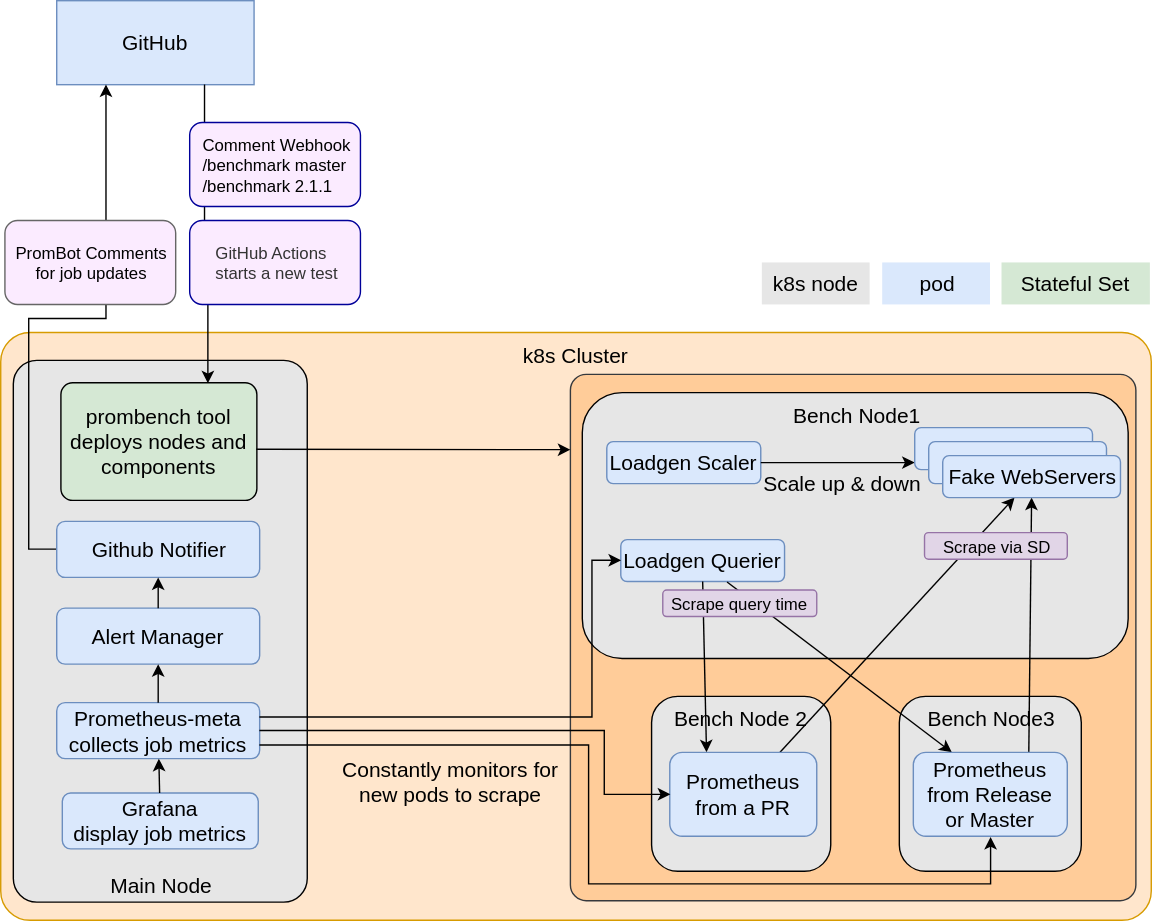
prometheus/test-infra keeps this draw.io diagram as design.svg. Above is the earlier version. Source tidied: cells renumbered, new cells last; positions are measured from the earlier drawing's top-left corner, leaving out a move shared by most shapes.
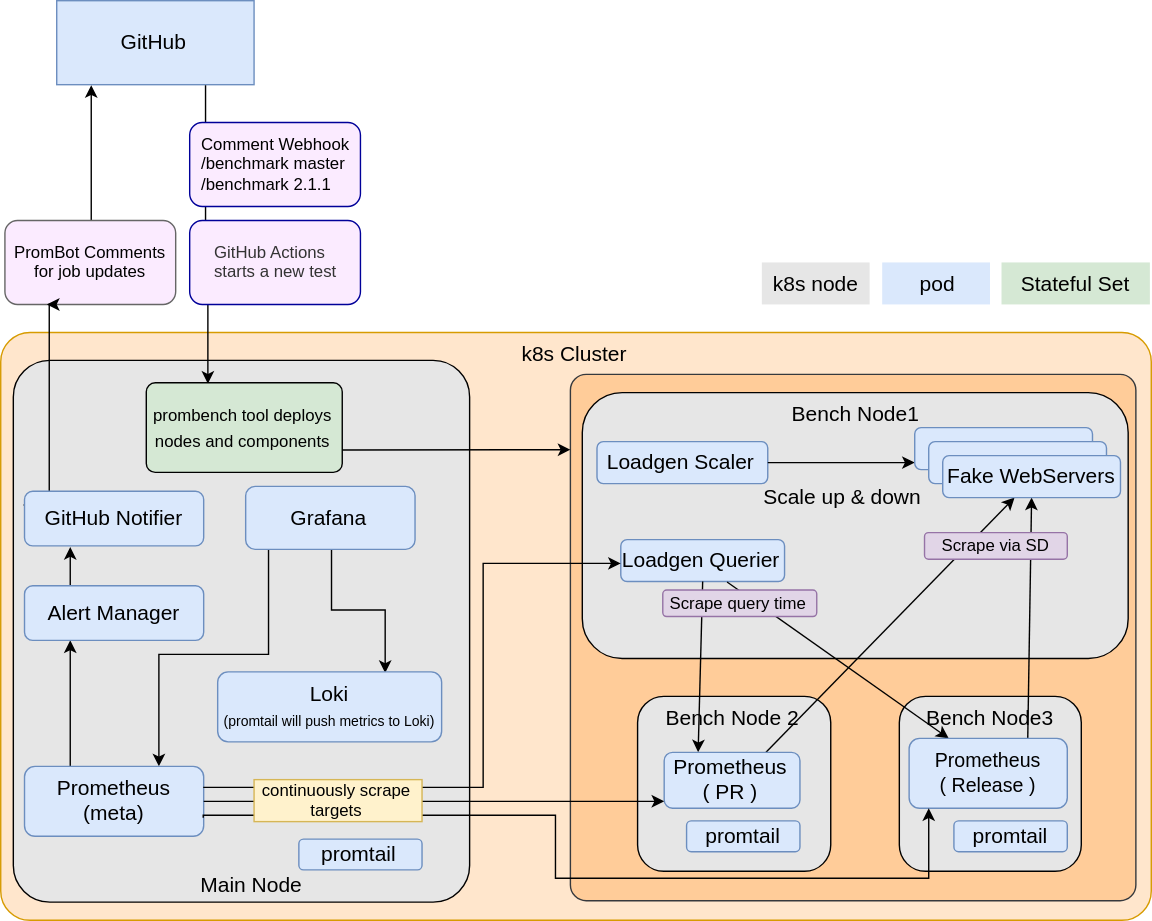
The same file after the commit.

Commit message:
[RDY] Adding Loki (#241)

What changed in the source:
```diff
@@ -11,33 +11,43 @@
     <mxCell id="4" value="GitHub" style="rounded=0;whiteSpace=wrap;html=1;fontSize=15;fontColor=#000000;fillColor=#dae8fc;strokeColor=#6c8ebf;" parent="1" vertex="1">
       <mxGeometry x="40" width="141" height="60" as="geometry" />
     </mxCell>
-    <mxCell id="5" value="Main Node" style="rounded=1;whiteSpace=wrap;html=1;labelBackgroundColor=none;fillColor=#E6E6E6;strokeColor=#000000;verticalAlign=bottom;fontSize=15;fontColor=#000000;arcSize=8;" parent="1" vertex="1">
-      <mxGeometry x="9" y="257" width="210" height="387" as="geometry" />
+    <mxCell id="5" value="&amp;nbsp; &amp;nbsp; Main Node" style="rounded=1;whiteSpace=wrap;html=1;labelBackgroundColor=none;fillColor=#E6E6E6;strokeColor=#000000;verticalAlign=bottom;fontSize=15;fontColor=#000000;arcSize=8;align=center;" parent="1" vertex="1">
+      <mxGeometry x="9" y="257" width="326" height="387" as="geometry" />
     </mxCell>
+    <mxCell id="18" style="edgeStyle=orthogonalEdgeStyle;rounded=0;jumpStyle=none;jettySize=auto;html=1;exitX=0.25;exitY=0;exitDx=0;exitDy=0;entryX=0.25;entryY=1;entryDx=0;entryDy=0;startArrow=none;startFill=0;endArrow=classic;endFill=1;" parent="1" edge="1" source="6" target="16">
+      <mxGeometry relative="1" as="geometry" />
+    </mxCell>
+    <mxCell id="46" style="edgeStyle=orthogonalEdgeStyle;rounded=0;jumpStyle=none;jettySize=auto;html=1;exitX=0.75;exitY=0;exitDx=0;exitDy=0;entryX=0.25;entryY=1;entryDx=0;entryDy=0;startArrow=classic;startFill=1;endArrow=none;endFill=0;" parent="1" edge="1" source="6" target="7">
+      <mxGeometry relative="1" as="geometry">
+        <Array as="points">
+          <mxPoint x="113" y="467" />
+          <mxPoint x="192" y="467" />
+        </Array>
+      </mxGeometry>
+    </mxCell>
-    <mxCell id="6" value="Prometheus-meta&lt;br&gt;collects job metrics&lt;br&gt;" style="rounded=1;whiteSpace=wrap;html=1;fontSize=15;fontColor=#000000;fillColor=#dae8fc;strokeColor=#6c8ebf;" parent="1" vertex="1">
-      <mxGeometry x="40" y="501.5" width="145" height="40" as="geometry" />
+    <mxCell id="6" value="Prometheus&lt;br&gt;(meta)" style="rounded=1;whiteSpace=wrap;html=1;fontSize=15;fontColor=#000000;fillColor=#dae8fc;strokeColor=#6c8ebf;align=center;" parent="1" vertex="1">
+      <mxGeometry x="17" y="547" width="128" height="50" as="geometry" />
     </mxCell>
+    <mxCell id="47" style="edgeStyle=orthogonalEdgeStyle;rounded=0;jumpStyle=none;jettySize=auto;html=1;exitX=0.5;exitY=1;exitDx=0;exitDy=0;entryX=0.75;entryY=0;entryDx=0;entryDy=0;startArrow=none;startFill=0;endArrow=classic;endFill=1;" parent="1" edge="1" source="7" target="50">
+      <mxGeometry relative="1" as="geometry" />
+    </mxCell>
-    <mxCell id="7" value="Grafana&lt;br&gt;display job metrics&lt;br&gt;" style="rounded=1;whiteSpace=wrap;html=1;fontSize=15;fontColor=#000000;fillColor=#dae8fc;strokeColor=#6c8ebf;" parent="1" vertex="1">
-      <mxGeometry x="44" y="566" width="140" height="40" as="geometry" />
+    <mxCell id="7" value="Grafana" style="rounded=1;whiteSpace=wrap;html=1;fontSize=15;fontColor=#000000;fillColor=#dae8fc;strokeColor=#6c8ebf;" parent="1" vertex="1">
+      <mxGeometry x="175" y="347" width="121" height="45" as="geometry" />
     </mxCell>
-    <mxCell id="8" style="endArrow=classic;html=1;labelBackgroundColor=#ffffff;fontSize=12;fontColor=#000000;" parent="1" edge="1" source="7" target="6">
-      <mxGeometry relative="1" as="geometry" />
-    </mxCell>
-    <mxCell id="9" style="edgeStyle=orthogonalEdgeStyle;rounded=0;html=1;exitX=0;exitY=0.5;entryX=0.25;entryY=1;jettySize=auto;fontSize=15;" parent="1" edge="1" source="17" target="4">
-      <mxGeometry relative="1" as="geometry">
-        <Array as="points">
-          <mxPoint x="20" y="392" />
-          <mxPoint x="20" y="227" />
-          <mxPoint x="75" y="227" />
-        </Array>
-      </mxGeometry>
-    </mxCell>
-    <mxCell id="10" style="edgeStyle=orthogonalEdgeStyle;rounded=0;html=1;exitX=0.75;exitY=1;entryX=0.75;entryY=0;jettySize=auto;fontSize=15;entryDx=0;entryDy=0;" parent="1" edge="1" source="4" target="20">
-      <mxGeometry relative="1" as="geometry" />
+    <mxCell id="10" style="edgeStyle=orthogonalEdgeStyle;rounded=0;html=1;exitX=0.75;exitY=1;entryX=0.314;entryY=0.016;jettySize=auto;fontSize=15;entryDx=0;entryDy=0;entryPerimeter=0;" parent="1" edge="1" source="4" target="20">
+      <mxGeometry relative="1" as="geometry">
+        <Array as="points">
+          <mxPoint x="146" y="167" />
+          <mxPoint x="148" y="167" />
+        </Array>
+      </mxGeometry>
     </mxCell>
     <mxCell id="11" value="&lt;div style=&quot;text-align: left&quot;&gt;&lt;span&gt;Comment Webhook&lt;/span&gt;&lt;/div&gt;&lt;div style=&quot;text-align: left&quot;&gt;&lt;span&gt;/benchmark master&lt;/span&gt;&lt;/div&gt;&lt;span&gt;&lt;div style=&quot;text-align: left&quot;&gt;&lt;span&gt;/benchmark&amp;nbsp;&lt;/span&gt;&lt;span&gt;2.1.1&lt;/span&gt;&lt;/div&gt;&lt;/span&gt;" style="rounded=1;whiteSpace=wrap;html=1;labelBackgroundColor=none;fillColor=#FBEBFF;strokeColor=#000099;spacingTop=0;spacingLeft=1;" parent="1" vertex="1">
       <mxGeometry x="135" y="87" width="122" height="60" as="geometry" />
     </mxCell>
+    <mxCell id="48" style="edgeStyle=orthogonalEdgeStyle;rounded=0;jumpStyle=none;jettySize=auto;html=1;exitX=0.5;exitY=0;exitDx=0;exitDy=0;entryX=0.17;entryY=1.017;entryDx=0;entryDy=0;entryPerimeter=0;startArrow=none;startFill=0;endArrow=classic;endFill=1;" parent="1" edge="1" source="12" target="4">
+      <mxGeometry relative="1" as="geometry" />
+    </mxCell>
     <mxCell id="12" value="PromBot Comments&lt;br&gt;for job updates" style="rounded=1;whiteSpace=wrap;html=1;labelBackgroundColor=none;fillColor=#FBEBFF;strokeColor=#666666;" parent="1" vertex="1">
       <mxGeometry x="3" y="157" width="122" height="60" as="geometry" />
     </mxCell>
@@ -50,32 +60,26 @@
     <mxCell id="15" value="Stateful Set" style="rounded=0;whiteSpace=wrap;html=1;glass=0;labelBackgroundColor=none;fillColor=#d5e8d4;fontSize=15;fontColor=#000000;strokeColor=none;" parent="1" vertex="1">
       <mxGeometry x="715" y="187" width="106" height="30" as="geometry" />
     </mxCell>
+    <mxCell id="49" style="edgeStyle=orthogonalEdgeStyle;rounded=0;jumpStyle=none;jettySize=auto;html=1;exitX=0.25;exitY=0;exitDx=0;exitDy=0;entryX=0.25;entryY=1;entryDx=0;entryDy=0;startArrow=none;startFill=0;endArrow=classic;endFill=1;" parent="1" edge="1" source="16" target="55">
+      <mxGeometry relative="1" as="geometry" />
+    </mxCell>
     <mxCell id="16" value="Alert Manager&lt;br&gt;" style="rounded=1;whiteSpace=wrap;html=1;fontSize=15;fontColor=#000000;fillColor=#dae8fc;strokeColor=#6c8ebf;" parent="1" vertex="1">
-      <mxGeometry x="40" y="434" width="145" height="40" as="geometry" />
+      <mxGeometry x="17" y="418" width="128" height="39" as="geometry" />
     </mxCell>
-    <mxCell id="17" value="Github Notifier" style="rounded=1;whiteSpace=wrap;html=1;fontSize=15;fontColor=#000000;fillColor=#dae8fc;strokeColor=#6c8ebf;" parent="1" vertex="1">
-      <mxGeometry x="40" y="372" width="145" height="40" as="geometry" />
-    </mxCell>
-    <mxCell id="18" style="endArrow=classic;html=1;labelBackgroundColor=#ffffff;fontSize=12;fontColor=#000000;entryX=0.5;entryY=1;exitX=0.5;exitY=0;" parent="1" edge="1" source="6" target="16">
-      <mxGeometry relative="1" as="geometry" />
-    </mxCell>
-    <mxCell id="19" style="endArrow=classic;html=1;labelBackgroundColor=#ffffff;fontSize=12;fontColor=#000000;entryX=0.5;entryY=1;exitX=0.5;exitY=0;" parent="1" edge="1" source="16" target="17">
-      <mxGeometry relative="1" as="geometry" />
-    </mxCell>
-    <mxCell id="20" value="&lt;div&gt;&lt;span&gt;prombench tool deploys nodes and components&lt;/span&gt;&lt;/div&gt;" style="rounded=1;whiteSpace=wrap;html=1;glass=0;labelBackgroundColor=none;fillColor=#d5e8d4;fontSize=15;fontColor=#000000;strokeColor=#000000;arcSize=10;" parent="1" vertex="1">
-      <mxGeometry x="43" y="273" width="140" height="84" as="geometry" />
+    <mxCell id="20" value="&lt;div&gt;&lt;span&gt;&lt;font style=&quot;font-size: 12px&quot;&gt;prombench tool deploys nodes and components&lt;/font&gt;&lt;/span&gt;&lt;/div&gt;" style="rounded=1;whiteSpace=wrap;html=1;glass=0;labelBackgroundColor=none;fillColor=#d5e8d4;fontSize=15;fontColor=#000000;strokeColor=#000000;arcSize=10;" parent="1" vertex="1">
+      <mxGeometry x="104" y="273" width="140" height="64" as="geometry" />
     </mxCell>
     <mxCell id="21" value="Bench Node3&lt;br&gt;&lt;br&gt;&lt;br&gt;" style="rounded=1;whiteSpace=wrap;html=1;fontSize=15;fontColor=#000000;verticalAlign=top;fillColor=#E6E6E6;" parent="1" vertex="1">
       <mxGeometry x="642" y="497" width="130" height="125" as="geometry" />
     </mxCell>
     <mxCell id="22" value="Bench Node 2&lt;br&gt;&lt;br&gt;&lt;br&gt;&lt;br&gt;" style="rounded=1;whiteSpace=wrap;html=1;fontSize=15;fontColor=#000000;verticalAlign=top;fillColor=#E6E6E6;" parent="1" vertex="1">
-      <mxGeometry x="465" y="497" width="128" height="125" as="geometry" />
+      <mxGeometry x="455" y="497" width="138" height="125" as="geometry" />
     </mxCell>
     <mxCell id="23" value="&lt;span&gt;Bench Node1&lt;/span&gt;" style="rounded=1;whiteSpace=wrap;html=1;fontSize=15;fontColor=#000000;verticalAlign=top;glass=0;fillColor=#E6E6E6;" parent="1" vertex="1">
       <mxGeometry x="415.5" y="280" width="390" height="190" as="geometry" />
     </mxCell>
     <mxCell id="24" value="Loadgen Scaler" style="rounded=1;whiteSpace=wrap;html=1;fontSize=15;fontColor=#000000;fillColor=#dae8fc;strokeColor=#6c8ebf;" parent="1" vertex="1">
-      <mxGeometry x="433" y="315" width="110" height="30" as="geometry" />
+      <mxGeometry x="426" y="315" width="122" height="30" as="geometry" />
     </mxCell>
     <mxCell id="25" value="Loadgen Querier" style="rounded=1;whiteSpace=wrap;html=1;fontSize=15;fontColor=#000000;fillColor=#dae8fc;strokeColor=#6c8ebf;" parent="1" vertex="1">
       <mxGeometry x="443" y="385" width="117" height="30" as="geometry" />
@@ -86,7 +90,7 @@
       </mxGeometry>
     </mxCell>
     <mxCell id="27" value="Scale up &amp;amp; down" style="text;html=1;strokeColor=none;fillColor=none;align=center;verticalAlign=middle;whiteSpace=wrap;rounded=0;fontSize=15;fontColor=#000000;" parent="1" vertex="1">
-      <mxGeometry x="543" y="335" width="117" height="20" as="geometry" />
+      <mxGeometry x="543" y="343" width="117" height="22" as="geometry" />
     </mxCell>
     <mxCell id="28" style="endArrow=classic;html=1;labelBackgroundColor=#ffffff;fontSize=15;fontColor=#000000;exitX=0.5;exitY=1;entryX=0.25;entryY=0;" parent="1" edge="1" source="25" target="34">
       <mxGeometry relative="1" as="geometry" />
@@ -106,11 +110,11 @@
     <mxCell id="33" value="&lt;span&gt;Scrape query time&lt;/span&gt;" style="rounded=1;whiteSpace=wrap;html=1;labelBackgroundColor=none;fillColor=#e1d5e7;strokeColor=#9673a6;verticalAlign=middle;" parent="1" vertex="1">
       <mxGeometry x="473" y="421" width="110" height="19" as="geometry" />
     </mxCell>
-    <mxCell id="34" value="&lt;font color=&quot;#000000&quot;&gt;&lt;span&gt;Prometheus&lt;/span&gt;&lt;br&gt;&lt;span&gt;from a PR&lt;/span&gt;&lt;/font&gt;" style="rounded=1;whiteSpace=wrap;html=1;glass=0;labelBackgroundColor=none;fillColor=#dae8fc;fontSize=15;fontColor=#FFB570;strokeColor=#6c8ebf;" parent="1" vertex="1">
-      <mxGeometry x="478" y="537" width="105" height="60" as="geometry" />
+    <mxCell id="34" value="&lt;font color=&quot;#000000&quot;&gt;&lt;span&gt;Prometheus&lt;/span&gt;&lt;br&gt;&lt;span&gt;( PR )&lt;br&gt;&lt;/span&gt;&lt;/font&gt;" style="rounded=1;whiteSpace=wrap;html=1;glass=0;labelBackgroundColor=none;fillColor=#dae8fc;fontSize=15;fontColor=#FFB570;strokeColor=#6c8ebf;" parent="1" vertex="1">
+      <mxGeometry x="474" y="537" width="97" height="40" as="geometry" />
     </mxCell>
-    <mxCell id="35" value="&lt;font color=&quot;#000000&quot;&gt;&lt;span&gt;Prometheus&lt;/span&gt;&lt;br&gt;&lt;span&gt;from Release or Master&lt;/span&gt;&lt;/font&gt;&lt;br&gt;" style="rounded=1;whiteSpace=wrap;html=1;glass=0;labelBackgroundColor=none;fillColor=#dae8fc;fontSize=15;fontColor=#FFB570;strokeColor=#6c8ebf;" parent="1" vertex="1">
-      <mxGeometry x="652" y="537" width="110" height="60" as="geometry" />
+    <mxCell id="35" value="&lt;font style=&quot;font-size: 14px&quot; color=&quot;#000000&quot;&gt;&lt;span&gt;Prometheus&lt;/span&gt;&lt;br&gt;&lt;span&gt;( Release )&lt;/span&gt;&lt;/font&gt;&lt;font style=&quot;font-size: 14px&quot;&gt;&lt;br&gt;&lt;/font&gt;" style="rounded=1;whiteSpace=wrap;html=1;glass=0;labelBackgroundColor=none;fillColor=#dae8fc;fontSize=15;fontColor=#FFB570;strokeColor=#6c8ebf;" parent="1" vertex="1">
+      <mxGeometry x="649" y="527" width="113" height="50" as="geometry" />
     </mxCell>
     <mxCell id="36" style="group;" parent="1" vertex="1">
       <mxGeometry x="653" y="305" width="147" height="50" as="geometry" />
@@ -124,41 +128,63 @@
     <mxCell id="39" value="Fake WebServers" style="rounded=1;whiteSpace=wrap;html=1;fontSize=15;fontColor=#000000;fillColor=#dae8fc;strokeColor=#6c8ebf;" parent="36" vertex="1">
       <mxGeometry x="20" y="20" width="127" height="30" as="geometry" />
     </mxCell>
-    <mxCell id="40" style="edgeStyle=orthogonalEdgeStyle;rounded=0;html=1;entryX=0;entryY=0.5;jettySize=auto;fontSize=15;exitX=1;exitY=0.25;" parent="1" edge="1" source="6" target="25">
-      <mxGeometry relative="1" as="geometry">
-        <Array as="points">
-          <mxPoint x="422" y="512" />
-          <mxPoint x="422" y="400" />
-        </Array>
-      </mxGeometry>
-    </mxCell>
-    <mxCell id="41" style="edgeStyle=orthogonalEdgeStyle;rounded=0;html=1;exitX=1;exitY=0.5;entryX=0;entryY=0.5;jettySize=auto;fontSize=15;" parent="1" edge="1" source="6" target="34">
-      <mxGeometry relative="1" as="geometry">
-        <Array as="points">
-          <mxPoint x="431" y="522" />
-          <mxPoint x="431" y="567" />
-        </Array>
-      </mxGeometry>
-    </mxCell>
-    <mxCell id="42" value="&lt;font color=&quot;#000000&quot;&gt;Constantly monitors for new pods to scrape&lt;/font&gt;" style="text;html=1;strokeColor=none;fillColor=none;align=center;verticalAlign=middle;whiteSpace=wrap;rounded=0;glass=0;labelBackgroundColor=none;fontSize=15;fontColor=#FFB570;" parent="1" vertex="1">
-      <mxGeometry x="242" y="537.5" width="159" height="40" as="geometry" />
-    </mxCell>
-    <mxCell id="43" style="edgeStyle=orthogonalEdgeStyle;rounded=0;html=1;exitX=1;exitY=0.75;entryX=0.5;entryY=1;jettySize=auto;fontSize=15;" parent="1" edge="1" source="6" target="35">
-      <mxGeometry relative="1" as="geometry">
-        <Array as="points">
-          <mxPoint x="420" y="532" />
-          <mxPoint x="420" y="631" />
-          <mxPoint x="707" y="631" />
-        </Array>
-      </mxGeometry>
-    </mxCell>
-    <mxCell id="44" style="endArrow=classic;html=1;fontSize=15;fontColor=#000000;exitX=1;exitY=0.5;entryX=0;entryY=0.143;entryDx=0;entryDy=0;entryPerimeter=0;" parent="1" edge="1" target="3">
-      <mxGeometry relative="1" as="geometry">
-        <mxPoint x="182.5" y="320.5" as="sourcePoint" />
-      </mxGeometry>
+    <mxCell id="44" style="endArrow=classic;html=1;fontSize=15;fontColor=#000000;exitX=1;exitY=0.75;entryX=0;entryY=0.143;entryDx=0;entryDy=0;entryPerimeter=0;exitDx=0;exitDy=0;" parent="1" edge="1" source="20" target="3">
+      <mxGeometry relative="1" as="geometry" />
     </mxCell>
-    <mxCell id="45" value="&lt;div style=&quot;text-align: left&quot;&gt;&lt;span style=&quot;color: rgb(51, 51, 51); text-align: center;&quot;&gt;GitHub Actions&amp;nbsp;&lt;/span&gt;&lt;/div&gt;&lt;div style=&quot;text-align: left&quot;&gt;&lt;span style=&quot;color: rgb(51, 51, 51); text-align: center;&quot;&gt;starts a new test&lt;/span&gt;&lt;br&gt;&lt;/div&gt;" style="rounded=1;whiteSpace=wrap;html=1;labelBackgroundColor=none;fillColor=#FBEBFF;strokeColor=#000099;spacingTop=0;spacingLeft=1;" parent="1" vertex="1">
+    <mxCell id="45" value="&lt;div style=&quot;text-align: left&quot;&gt;&lt;span style=&quot;color: rgb(51 , 51 , 51) ; text-align: center&quot;&gt;GitHub Actions&amp;nbsp;&lt;/span&gt;&lt;/div&gt;&lt;div style=&quot;text-align: left&quot;&gt;&lt;span style=&quot;color: rgb(51 , 51 , 51) ; text-align: center&quot;&gt;starts a new test&lt;/span&gt;&lt;br&gt;&lt;/div&gt;" style="rounded=1;whiteSpace=wrap;html=1;labelBackgroundColor=none;fillColor=#FBEBFF;strokeColor=#000099;spacingTop=0;spacingLeft=1;" parent="1" vertex="1">
       <mxGeometry x="135" y="157" width="122" height="60" as="geometry" />
     </mxCell>
+    <mxCell id="50" value="&lt;font&gt;Loki&lt;br&gt;&lt;font style=&quot;font-size: 10px&quot;&gt;(promtail will push metrics to Loki)&lt;/font&gt;&lt;/font&gt;" style="rounded=1;whiteSpace=wrap;html=1;fontSize=15;fontColor=#000000;fillColor=#dae8fc;strokeColor=#6c8ebf;align=center;" parent="1" vertex="1">
+      <mxGeometry x="155" y="479.5" width="160" height="50" as="geometry" />
+    </mxCell>
+    <mxCell id="51" value="promtail" style="rounded=1;whiteSpace=wrap;html=1;fontSize=15;fontColor=#000000;fillColor=#dae8fc;strokeColor=#6c8ebf;verticalAlign=middle;" parent="1" vertex="1">
+      <mxGeometry x="213" y="599" width="88" height="22" as="geometry" />
+    </mxCell>
+    <mxCell id="52" value="promtail" style="rounded=1;whiteSpace=wrap;html=1;fontSize=15;fontColor=#000000;fillColor=#dae8fc;strokeColor=#6c8ebf;" parent="1" vertex="1">
+      <mxGeometry x="490" y="586" width="81" height="22" as="geometry" />
+    </mxCell>
+    <mxCell id="53" value="promtail" style="rounded=1;whiteSpace=wrap;html=1;fontSize=15;fontColor=#000000;fillColor=#dae8fc;strokeColor=#6c8ebf;" parent="1" vertex="1">
+      <mxGeometry x="681" y="586" width="81" height="22" as="geometry" />
+    </mxCell>
+    <mxCell id="54" style="edgeStyle=orthogonalEdgeStyle;rounded=0;jumpStyle=none;jettySize=auto;html=1;exitX=0;exitY=0.25;exitDx=0;exitDy=0;entryX=0.25;entryY=1;entryDx=0;entryDy=0;startArrow=none;startFill=0;endArrow=classic;endFill=1;" parent="1" edge="1" source="55" target="12">
+      <mxGeometry relative="1" as="geometry">
+        <Array as="points">
+          <mxPoint x="34" y="360" />
+        </Array>
+      </mxGeometry>
+    </mxCell>
+    <mxCell id="55" value="GitHub Notifier" style="rounded=1;whiteSpace=wrap;html=1;fontSize=15;fontColor=#000000;fillColor=#dae8fc;strokeColor=#6c8ebf;" parent="1" vertex="1">
+      <mxGeometry x="17" y="350.5" width="128" height="39" as="geometry" />
+    </mxCell>
+    <mxCell id="56" style="edgeStyle=orthogonalEdgeStyle;rounded=0;jumpStyle=none;orthogonalLoop=1;jettySize=auto;html=1;exitX=1;exitY=0.25;exitDx=0;exitDy=0;entryX=0;entryY=0.5;entryDx=0;entryDy=0;startArrow=none;startFill=0;endArrow=classic;endFill=1;" parent="1" edge="1">
+      <mxGeometry relative="1" as="geometry">
+        <mxPoint x="145" y="561.5" as="sourcePoint" />
+        <mxPoint x="443" y="402" as="targetPoint" />
+        <Array as="points">
+          <mxPoint x="345" y="562" />
+          <mxPoint x="345" y="402" />
+        </Array>
+      </mxGeometry>
+    </mxCell>
+    <mxCell id="57" style="edgeStyle=orthogonalEdgeStyle;rounded=0;jumpStyle=none;jettySize=auto;html=1;exitX=1;exitY=0.75;exitDx=0;exitDy=0;entryX=0.124;entryY=0.993;entryDx=0;entryDy=0;entryPerimeter=0;startArrow=none;startFill=0;endArrow=classic;endFill=1;" parent="1" edge="1" target="35">
+      <mxGeometry relative="1" as="geometry">
+        <mxPoint x="145" y="583.7" as="sourcePoint" />
+        <Array as="points">
+          <mxPoint x="145" y="582" />
+          <mxPoint x="396" y="582" />
+          <mxPoint x="396" y="627" />
+          <mxPoint x="663" y="627" />
+        </Array>
+      </mxGeometry>
+    </mxCell>
+    <mxCell id="58" style="edgeStyle=orthogonalEdgeStyle;rounded=0;jumpStyle=none;orthogonalLoop=1;jettySize=auto;html=1;entryX=0;entryY=0.75;entryDx=0;entryDy=0;startArrow=none;startFill=0;endArrow=classic;endFill=1;" parent="1" edge="1">
+      <mxGeometry relative="1" as="geometry">
+        <mxPoint x="145" y="572" as="sourcePoint" />
+        <mxPoint x="474" y="572" as="targetPoint" />
+      </mxGeometry>
+    </mxCell>
+    <mxCell id="59" value="continuously scrape targets" style="rounded=0;whiteSpace=wrap;html=1;fillColor=#fff2cc;strokeColor=#d6b656;" parent="1" vertex="1">
+      <mxGeometry x="181" y="556.5" width="120" height="30" as="geometry" />
+    </mxCell>
   </root>
 </mxGraphModel>
```
